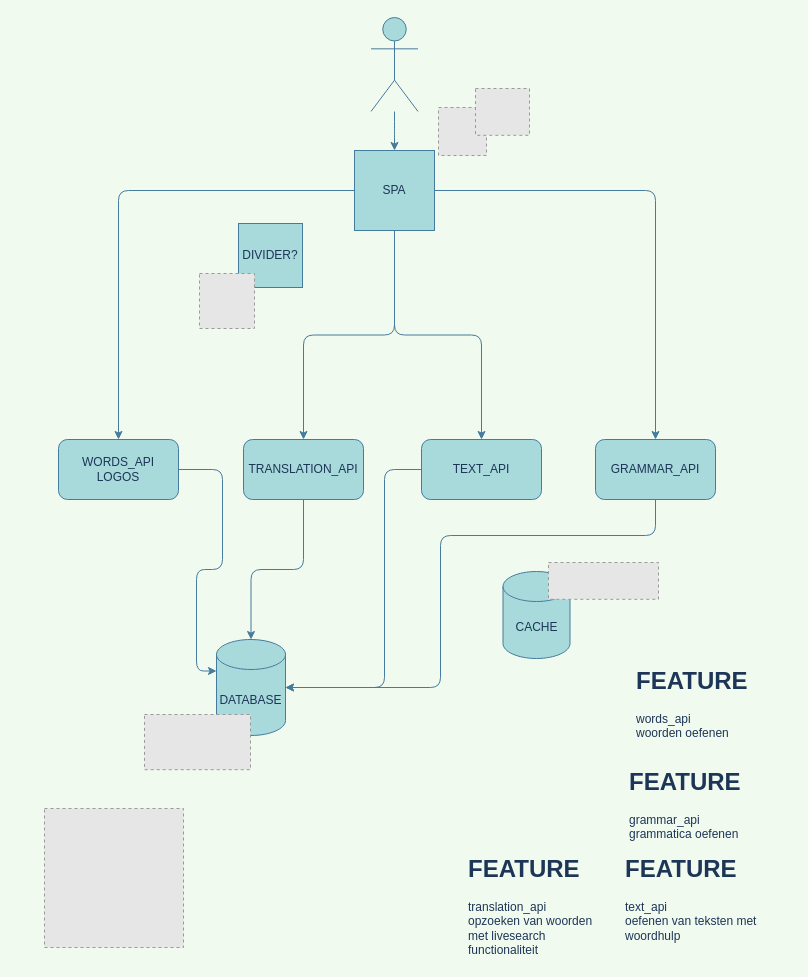
Earlier version of the draw.io diagram lexico.drawio (joerivrij/odysseia). Source tidied: cells renumbered, new cells numbered last; positions are measured from the earlier drawing's top-left corner, leaving out a move shared by most shapes. Both pictures are drawn from the tidied source at 100%, with x=0, y=0 at pixel (44, 17). Pictures stored in the file or linked from it are replaced by grey dashed boxes.
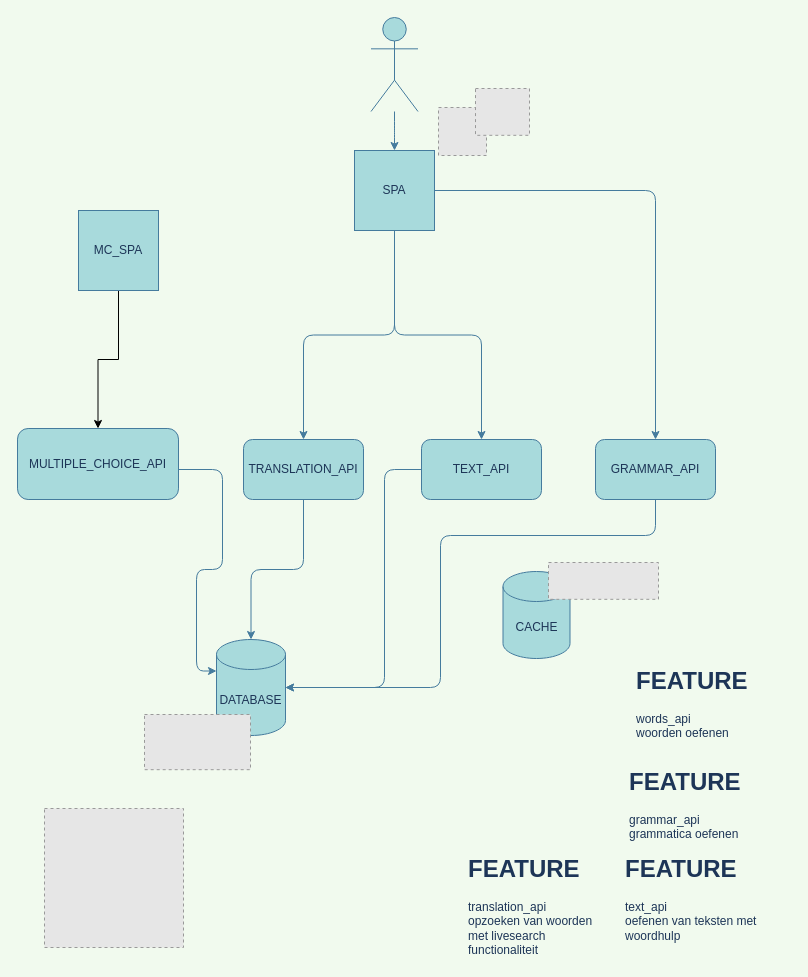
After the change.

Commit message:
feat: first features drawn

The change refers to these unchanged cells:
```xml
<mxCell id="9" value="SPA" style="whiteSpace=wrap;html=1;rounded=0;sketch=0;strokeColor=#457B9D;fillColor=#A8DADC;fontColor=#1D3557;" parent="1" vertex="1">
  <mxGeometry x="310" y="133" width="80" height="80" as="geometry" />
</mxCell>
```

Diff of the diagram source:
```diff
@@
-    <mxCell id="5" style="edgeStyle=orthogonalEdgeStyle;curved=0;rounded=1;sketch=0;jettySize=auto;html=1;strokeColor=#457B9D;fillColor=#A8DADC;fontColor=#1D3557;" parent="1" edge="1" source="9" target="13">
-      <mxGeometry relative="1" as="geometry" />
-    </mxCell>
@@
-    <mxCell id="13" value="WORDS_API&lt;br&gt;LOGOS" style="rounded=1;whiteSpace=wrap;html=1;sketch=0;strokeColor=#457B9D;fillColor=#A8DADC;fontColor=#1D3557;" parent="1" vertex="1">
-      <mxGeometry x="14" y="422" width="120" height="60" as="geometry" />
+    <mxCell id="13" value="MULTIPLE_CHOICE_API" style="rounded=1;whiteSpace=wrap;html=1;sketch=0;strokeColor=#457B9D;fillColor=#A8DADC;fontColor=#1D3557;" parent="1" vertex="1">
+      <mxGeometry x="-27" y="411" width="161" height="71" as="geometry" />
     </mxCell>
@@
-    <mxCell id="28" value="DIVIDER?" style="whiteSpace=wrap;html=1;rounded=0;sketch=0;strokeColor=#457B9D;fillColor=#A8DADC;fontColor=#1D3557;" parent="1" vertex="1">
-      <mxGeometry x="194" y="206" width="64" height="64" as="geometry" />
-    </mxCell>
-    <mxCell id="29" style="fillColor=#E6E6E6;strokeColor=#999999;dashed=1;verticalLabelPosition=bottom;labelBackgroundColor=#ffffff;verticalAlign=top;" parent="1" vertex="1">
-      <mxGeometry x="155" y="256" width="55" height="55" as="geometry" />
-    </mxCell>
+    <mxCell id="30" style="edgeStyle=orthogonalEdgeStyle;rounded=0;jettySize=auto;html=1;" parent="1" edge="1" source="31" target="13">
+      <mxGeometry relative="1" as="geometry" />
+    </mxCell>
+    <mxCell id="31" value="MC_SPA" style="whiteSpace=wrap;html=1;rounded=0;sketch=0;strokeColor=#457B9D;fillColor=#A8DADC;fontColor=#1D3557;" parent="1" vertex="1">
+      <mxGeometry x="34" y="193" width="80" height="80" as="geometry" />
+    </mxCell>
```
